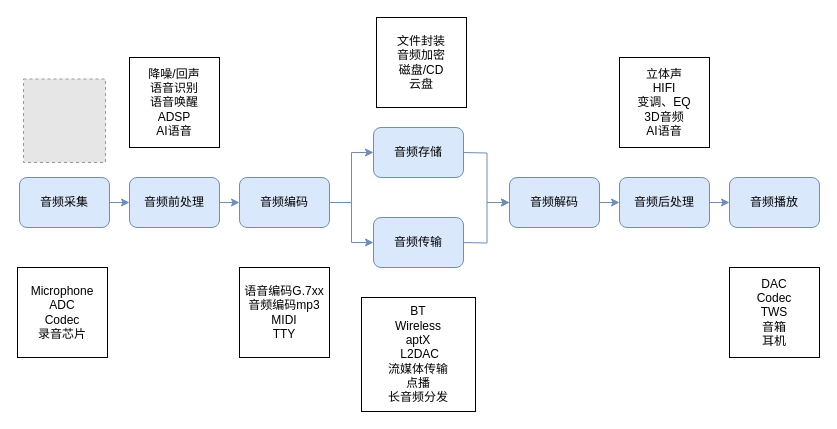
This is source/_posts/audio.drawio from ccfriend/ccfriend.github.io, a draw.io file, before an edit. Source tidied: cells renumbered, new cells numbered last; positions are measured from the earlier drawing's top-left corner, leaving out a move shared by most shapes. Both pictures are drawn from the tidied source at 100%, with x=0, y=0 at pixel (17, 17). Pictures stored in the file or linked from it are replaced by grey dashed boxes.
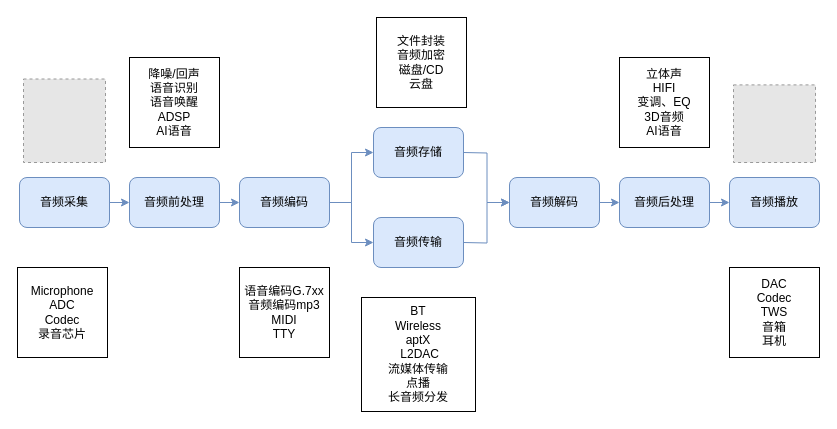
The same diagram, later.

Change to the diagram source:
```diff
@@
+    <mxCell id="26" style="fillColor=#E6E6E6;strokeColor=#999999;dashed=1;verticalLabelPosition=bottom;labelBackgroundColor=default;verticalAlign=top;" parent="1" vertex="1">
+      <mxGeometry x="716" y="67.4" width="82" height="77.6" as="geometry" />
+    </mxCell>
```
